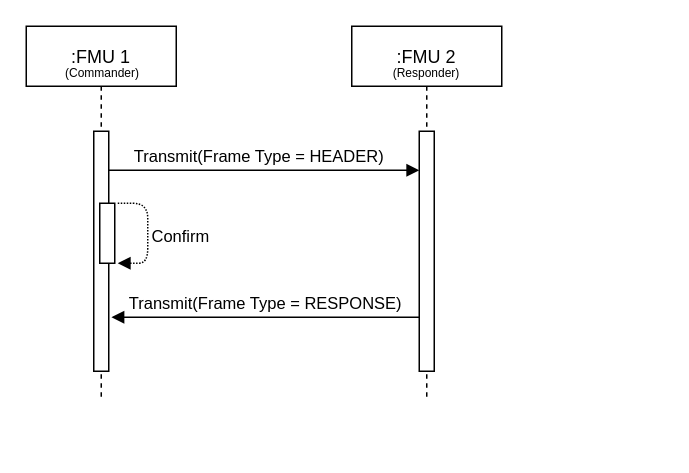
The draw.io diagram docs/images/lin_direct_confirmation.drawio in modelica/fmi-ls-bus, before the edit. Source tidied: cells renumbered, new cells numbered last; positions are measured from the earlier drawing's top-left corner, leaving out a move shared by most shapes. Both pictures are drawn from the tidied source at 150%, with x=0, y=0 at pixel (26, 26).
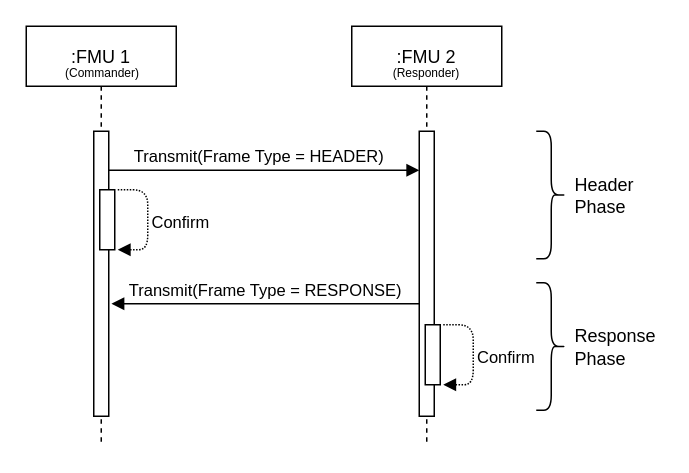
The same page after the edit.

The edit, as a diff of the source:
```diff
@@
     <mxCell id="3" value=":FMU 1" style="shape=umlLifeline;perimeter=lifelinePerimeter;rounded=0;shadow=0;strokeWidth=1;" parent="1" vertex="1">
-      <mxGeometry width="100" height="250" as="geometry" />
+      <mxGeometry width="100" height="280" as="geometry" />
     </mxCell>
     <mxCell id="4" value="Confirm" style="verticalAlign=bottom;endArrow=block;shadow=0;strokeWidth=1;align=left;spacingRight=1;spacing=3;dashed=1;dashPattern=1 1;" parent="3" edge="1">
       <mxGeometry x="0.3" relative="1" as="geometry">
-        <mxPoint x="61" y="118" as="sourcePoint" />
-        <mxPoint x="61" y="158" as="targetPoint" />
+        <mxPoint x="61" y="109" as="sourcePoint" />
+        <mxPoint x="61" y="149" as="targetPoint" />
         <Array as="points">
-          <mxPoint x="81" y="118" />
-          <mxPoint x="81" y="158" />
+          <mxPoint x="81" y="109" />
+          <mxPoint x="81" y="149" />
         </Array>
       </mxGeometry>
     </mxCell>
@@
     <mxCell id="6" style="perimeter=orthogonalPerimeter;rounded=0;shadow=0;strokeWidth=1;" parent="3" vertex="1">
-      <mxGeometry x="45" y="70" width="10" height="160" as="geometry" />
+      <mxGeometry x="45" y="70" width="10" height="190" as="geometry" />
     </mxCell>
     <mxCell id="7" style="perimeter=orthogonalPerimeter;rounded=0;shadow=0;strokeWidth=1;" parent="3" vertex="1">
-      <mxGeometry x="49" y="118" width="10" height="40" as="geometry" />
+      <mxGeometry x="49" y="109" width="10" height="40" as="geometry" />
     </mxCell>
     <mxCell id="8" value="Transmit(Frame Type = RESPONSE)" style="verticalAlign=bottom;endArrow=none;entryX=0;entryY=0;shadow=0;strokeWidth=1;startArrow=block;startFill=1;exitX=1.177;exitY=0.589;exitDx=0;exitDy=0;exitPerimeter=0;endFill=0;" parent="1" edge="1">
       <mxGeometry relative="1" as="geometry">
-        <mxPoint x="56.8" y="194" as="sourcePoint" />
-        <mxPoint x="262" y="194" as="targetPoint" />
+        <mxPoint x="56.8" y="185" as="sourcePoint" />
+        <mxPoint x="262" y="185" as="targetPoint" />
       </mxGeometry>
     </mxCell>
     <mxCell id="9" value=":FMU 2" style="shape=umlLifeline;perimeter=lifelinePerimeter;rounded=0;shadow=0;strokeWidth=1;" parent="1" vertex="1">
-      <mxGeometry x="217" width="100" height="250" as="geometry" />
+      <mxGeometry x="217" width="100" height="280" as="geometry" />
     </mxCell>
     <mxCell id="10" style="perimeter=orthogonalPerimeter;rounded=0;shadow=0;strokeWidth=1;" parent="9" vertex="1">
-      <mxGeometry x="45" y="70" width="10" height="160" as="geometry" />
+      <mxGeometry x="45" y="70" width="10" height="190" as="geometry" />
     </mxCell>
@@
+    <mxCell id="12" value="Confirm" style="verticalAlign=bottom;endArrow=block;shadow=0;strokeWidth=1;align=left;spacingRight=1;spacing=3;dashed=1;dashPattern=1 1;" parent="1" edge="1">
+      <mxGeometry x="0.3" relative="1" as="geometry">
+        <mxPoint x="278" y="199" as="sourcePoint" />
+        <mxPoint x="278" y="239" as="targetPoint" />
+        <Array as="points">
+          <mxPoint x="298" y="199" />
+          <mxPoint x="298" y="239" />
+        </Array>
+      </mxGeometry>
+    </mxCell>
+    <mxCell id="13" style="perimeter=orthogonalPerimeter;rounded=0;shadow=0;strokeWidth=1;" parent="1" vertex="1">
+      <mxGeometry x="266" y="199" width="10" height="40" as="geometry" />
+    </mxCell>
+    <mxCell id="14" style="shape=curlyBracket;whiteSpace=wrap;html=1;rounded=1;flipH=1;labelPosition=right;verticalLabelPosition=middle;align=left;verticalAlign=middle;" parent="1" vertex="1">
+      <mxGeometry x="340" y="70" width="20" height="85" as="geometry" />
+    </mxCell>
+    <mxCell id="15" style="shape=curlyBracket;whiteSpace=wrap;html=1;rounded=1;flipH=1;labelPosition=right;verticalLabelPosition=middle;align=left;verticalAlign=middle;" parent="1" vertex="1">
+      <mxGeometry x="340" y="171" width="20" height="85" as="geometry" />
+    </mxCell>
+    <mxCell id="16" value="Header&lt;br&gt;Phase" style="text;html=1;whiteSpace=wrap;strokeColor=none;fillColor=none;align=left;verticalAlign=middle;rounded=0;" parent="1" vertex="1">
+      <mxGeometry x="364" y="98" width="60" height="30" as="geometry" />
+    </mxCell>
+    <mxCell id="17" value="Response&lt;br&gt;Phase" style="text;html=1;whiteSpace=wrap;strokeColor=none;fillColor=none;align=left;verticalAlign=middle;rounded=0;" parent="1" vertex="1">
+      <mxGeometry x="364" y="199" width="60" height="30" as="geometry" />
+    </mxCell>
```
